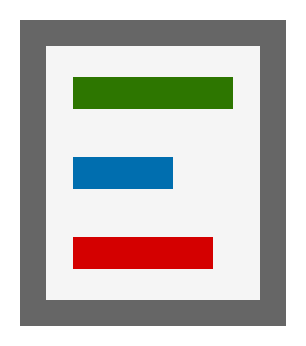
martinbroede/django-log-lens keeps this draw.io diagram as src/img/favicon.drawio. Above is the earlier version. Source tidied: cells renumbered, new cells numbered last; positions are measured from the earlier drawing's top-left corner, leaving out a move shared by most shapes. Both pictures are drawn from the tidied source at 200%, with x=0, y=0 at pixel (32, 32).
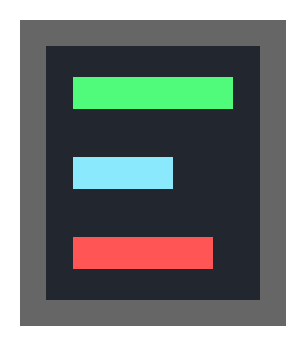
Above is the later version.

The edit, as a diff of the source:
```diff
@@
 <mxGraphModel>
   <root>
     <mxCell id="0" />
     <mxCell id="1" parent="0" />
-    <mxCell id="2" style="rounded=0;whiteSpace=wrap;html=1;fillColor=#f5f5f5;strokeColor=#666666;strokeWidth=13;fontColor=#333333;gradientColor=none;" parent="1" vertex="1">
+    <mxCell id="2" style="rounded=0;whiteSpace=wrap;html=1;strokeWidth=13;fillColor=#22262e;fontColor=#333333;strokeColor=#666666;gradientColor=none;" parent="1" vertex="1">
       <mxGeometry width="120" height="140" as="geometry" />
     </mxCell>
-    <mxCell id="3" style="endArrow=none;html=1;strokeWidth=16;fillColor=#60a917;strokeColor=#2D7600;" parent="1" edge="1">
+    <mxCell id="3" style="endArrow=none;html=1;strokeWidth=16;fillColor=#60a917;strokeColor=#50fa7b;" parent="1" edge="1">
       <mxGeometry relative="1" as="geometry">
         <mxPoint x="100" y="30" as="sourcePoint" />
         <mxPoint x="20" y="30" as="targetPoint" />
       </mxGeometry>
     </mxCell>
-    <mxCell id="4" style="endArrow=none;html=1;strokeWidth=16;fillColor=#1ba1e2;strokeColor=#006EAF;" parent="1" edge="1">
+    <mxCell id="4" style="endArrow=none;html=1;strokeWidth=16;fillColor=#1ba1e2;strokeColor=#8be9fd;" parent="1" edge="1">
       <mxGeometry relative="1" as="geometry">
         <mxPoint x="70" y="70" as="sourcePoint" />
         <mxPoint x="20" y="70" as="targetPoint" />
       </mxGeometry>
     </mxCell>
-    <mxCell id="5" style="endArrow=none;html=1;strokeWidth=16;fillColor=#e51400;strokeColor=#D40000;" parent="1" edge="1">
+    <mxCell id="5" style="endArrow=none;html=1;strokeWidth=16;fillColor=#e51400;strokeColor=#ff5555;" parent="1" edge="1">
       <mxGeometry relative="1" as="geometry">
         <mxPoint x="90" y="110" as="sourcePoint" />
         <mxPoint x="20" y="110" as="targetPoint" />
       </mxGeometry>
     </mxCell>
   </root>
 </mxGraphModel>
```
